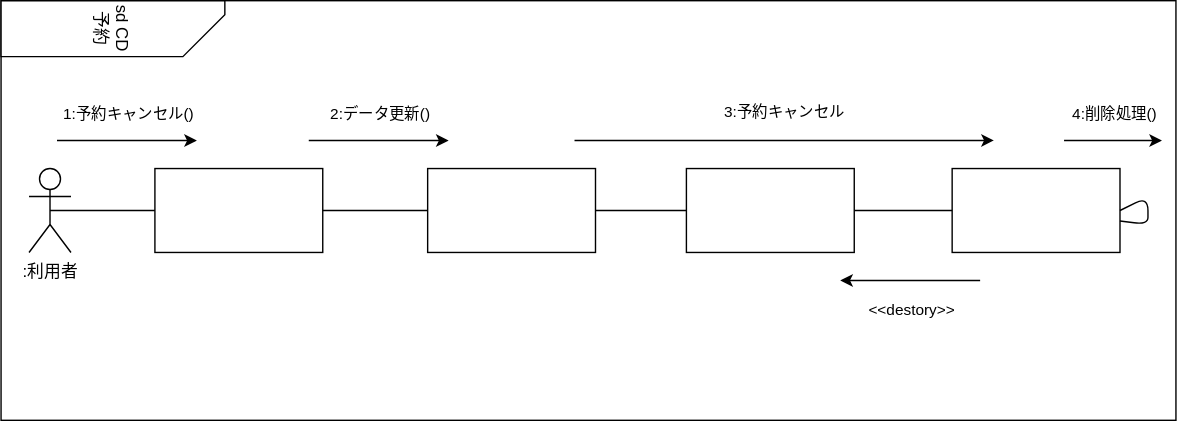
papipuponpon/uml-introduction keeps this draw.io diagram as 演習５-2_CD_予約登録削除.drawio.svg. Above is the earlier version. Source tidied: cells renumbered, new cells last; positions are measured from the earlier drawing's top-left corner, leaving out a move shared by most shapes. The source it was exported from:
```xml
<mxGraphModel>
  <root>
    <mxCell id="0" />
    <mxCell id="1" parent="0" />
    <mxCell id="2" style="rounded=0;whiteSpace=wrap;html=1;" parent="1" vertex="1">
      <mxGeometry y="60" width="840" height="300" as="geometry" />
    </mxCell>
    <mxCell id="3" value="sd CD予約" style="shape=card;whiteSpace=wrap;html=1;flipH=1;rotation=90;" parent="1" vertex="1">
      <mxGeometry x="60" width="40" height="160" as="geometry" />
    </mxCell>
    <mxCell id="4" value=":利用者" style="shape=umlActor;verticalLabelPosition=bottom;verticalAlign=top;html=1;outlineConnect=0;" parent="1" vertex="1">
      <mxGeometry x="20" y="180" width="30" height="60" as="geometry" />
    </mxCell>
    <mxCell id="5" style="rounded=0;whiteSpace=wrap;html=1;" parent="1" vertex="1">
      <mxGeometry x="110" y="180" width="120" height="60" as="geometry" />
    </mxCell>
    <mxCell id="6" style="rounded=0;whiteSpace=wrap;html=1;" parent="1" vertex="1">
      <mxGeometry x="305" y="180" width="120" height="60" as="geometry" />
    </mxCell>
    <mxCell id="7" style="rounded=0;whiteSpace=wrap;html=1;" parent="1" vertex="1">
      <mxGeometry x="490" y="180" width="120" height="60" as="geometry" />
    </mxCell>
    <mxCell id="8" style="rounded=0;whiteSpace=wrap;html=1;" parent="1" vertex="1">
      <mxGeometry x="680" y="180" width="120" height="60" as="geometry" />
    </mxCell>
    <mxCell id="9" style="endArrow=none;html=1;exitX=0.5;exitY=0.5;exitDx=0;exitDy=0;exitPerimeter=0;entryX=0;entryY=0.5;entryDx=0;entryDy=0;" parent="1" edge="1" source="4" target="5">
      <mxGeometry relative="1" as="geometry" />
    </mxCell>
    <mxCell id="10" style="endArrow=none;html=1;exitX=1;exitY=0.5;exitDx=0;exitDy=0;entryX=0;entryY=0.5;entryDx=0;entryDy=0;" parent="1" edge="1" source="5" target="6">
      <mxGeometry relative="1" as="geometry" />
    </mxCell>
    <mxCell id="11" style="endArrow=none;html=1;exitX=1;exitY=0.5;exitDx=0;exitDy=0;entryX=0;entryY=0.5;entryDx=0;entryDy=0;" parent="1" edge="1" source="6" target="7">
      <mxGeometry relative="1" as="geometry" />
    </mxCell>
    <mxCell id="12" style="endArrow=none;html=1;exitX=1;exitY=0.5;exitDx=0;exitDy=0;entryX=0;entryY=0.5;entryDx=0;entryDy=0;" parent="1" edge="1" source="7" target="8">
      <mxGeometry relative="1" as="geometry" />
    </mxCell>
    <mxCell id="13" style="endArrow=classic;html=1;" parent="1" edge="1">
      <mxGeometry relative="1" as="geometry">
        <mxPoint x="40" y="160" as="sourcePoint" />
        <mxPoint x="140" y="160" as="targetPoint" />
      </mxGeometry>
    </mxCell>
    <mxCell id="14" value="1:予約キャンセル()" style="edgeLabel;html=1;align=center;verticalAlign=middle;" parent="13" vertex="1">
      <mxGeometry relative="1" as="geometry">
        <mxPoint y="-20" as="offset" />
      </mxGeometry>
    </mxCell>
    <mxCell id="15" style="endArrow=classic;html=1;" parent="1" edge="1">
      <mxGeometry relative="1" as="geometry">
        <mxPoint x="220" y="160" as="sourcePoint" />
        <mxPoint x="320" y="160" as="targetPoint" />
      </mxGeometry>
    </mxCell>
    <mxCell id="16" value="2:データ更新()" style="edgeLabel;html=1;align=center;verticalAlign=middle;" parent="15" vertex="1">
      <mxGeometry relative="1" as="geometry">
        <mxPoint y="-20" as="offset" />
      </mxGeometry>
    </mxCell>
    <mxCell id="17" style="endArrow=classic;html=1;entryX=0.845;entryY=0.333;entryDx=0;entryDy=0;entryPerimeter=0;" parent="1" edge="1" target="2">
      <mxGeometry relative="1" as="geometry">
        <mxPoint x="410" y="160" as="sourcePoint" />
      </mxGeometry>
    </mxCell>
    <mxCell id="18" value="3:予約キャンセル" style="edgeLabel;html=1;align=center;verticalAlign=middle;" parent="17" vertex="1">
      <mxGeometry relative="1" as="geometry">
        <mxPoint y="-20" as="offset" />
      </mxGeometry>
    </mxCell>
    <mxCell id="19" style="endArrow=classic;html=1;" parent="1" edge="1">
      <mxGeometry relative="1" as="geometry">
        <mxPoint x="760" y="160" as="sourcePoint" />
        <mxPoint x="830" y="160" as="targetPoint" />
        <Array as="points">
          <mxPoint x="800" y="160" />
        </Array>
      </mxGeometry>
    </mxCell>
    <mxCell id="20" value="4:削除処理()" style="edgeLabel;html=1;align=center;verticalAlign=middle;" parent="19" vertex="1">
      <mxGeometry relative="1" as="geometry">
        <mxPoint y="-20" as="offset" />
      </mxGeometry>
    </mxCell>
    <mxCell id="21" style="endArrow=none;html=1;exitX=1;exitY=0.5;exitDx=0;exitDy=0;" parent="1" edge="1" source="8" target="8">
      <mxGeometry relative="1" as="geometry" />
    </mxCell>
    <mxCell id="22" style="endArrow=classic;html=1;" parent="1" edge="1">
      <mxGeometry relative="1" as="geometry">
        <mxPoint x="700" y="260" as="sourcePoint" />
        <mxPoint x="600" y="260" as="targetPoint" />
      </mxGeometry>
    </mxCell>
    <mxCell id="23" value="&amp;lt;&amp;lt;destory&amp;gt;&amp;gt;" style="edgeLabel;html=1;align=center;verticalAlign=middle;" parent="22" vertex="1">
      <mxGeometry relative="1" as="geometry">
        <mxPoint y="20" as="offset" />
      </mxGeometry>
    </mxCell>
  </root>
</mxGraphModel>
```
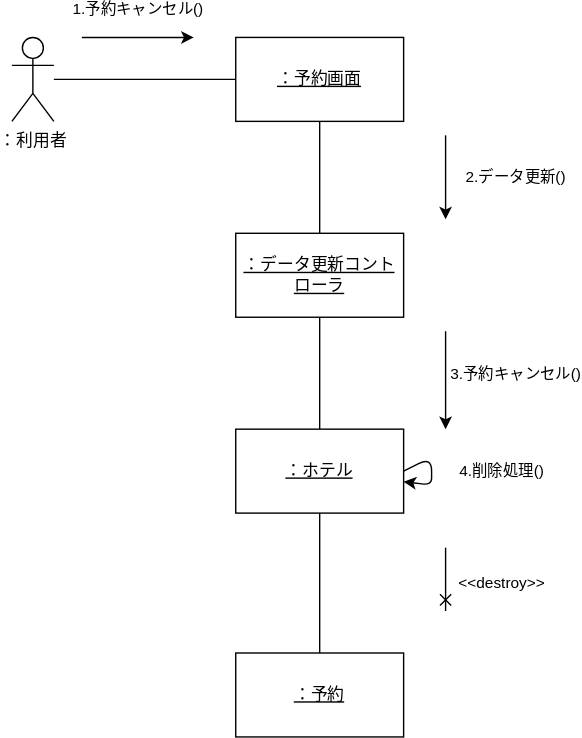
Later version of the same file.

The edit, as a diff of the source:
```diff
@@ -2,98 +2,67 @@
   <root>
     <mxCell id="0" />
     <mxCell id="1" parent="0" />
+    <mxCell id="4" style="edgeStyle=none;html=1;endArrow=none;endFill=0;" parent="1" edge="1" source="2" target="3">
+      <mxGeometry relative="1" as="geometry" />
+    </mxCell>
-    <mxCell id="2" style="rounded=0;whiteSpace=wrap;html=1;" parent="1" vertex="1">
-      <mxGeometry y="60" width="840" height="300" as="geometry" />
+    <mxCell id="2" value="：利用者" style="shape=umlActor;verticalLabelPosition=bottom;verticalAlign=top;html=1;outlineConnect=0;" parent="1" vertex="1">
+      <mxGeometry x="40" y="140" width="30" height="60" as="geometry" />
     </mxCell>
+    <mxCell id="7" style="edgeStyle=none;html=1;endArrow=none;endFill=0;" parent="1" edge="1" source="3" target="6">
+      <mxGeometry relative="1" as="geometry" />
+    </mxCell>
-    <mxCell id="3" value="sd CD予約" style="shape=card;whiteSpace=wrap;html=1;flipH=1;rotation=90;" parent="1" vertex="1">
-      <mxGeometry x="60" width="40" height="160" as="geometry" />
+    <mxCell id="3" value="&lt;u&gt;：予約画面&lt;/u&gt;" style="rounded=0;whiteSpace=wrap;html=1;" parent="1" vertex="1">
+      <mxGeometry x="200" y="140" width="120" height="60" as="geometry" />
     </mxCell>
-    <mxCell id="4" value=":利用者" style="shape=umlActor;verticalLabelPosition=bottom;verticalAlign=top;html=1;outlineConnect=0;" parent="1" vertex="1">
-      <mxGeometry x="20" y="180" width="30" height="60" as="geometry" />
-    </mxCell>
-    <mxCell id="5" style="rounded=0;whiteSpace=wrap;html=1;" parent="1" vertex="1">
-      <mxGeometry x="110" y="180" width="120" height="60" as="geometry" />
+    <mxCell id="5" value="1.予約キャンセル()" style="endArrow=classic;html=1;" parent="1" edge="1">
+      <mxGeometry y="20" relative="1" as="geometry">
+        <mxPoint x="90" y="140" as="sourcePoint" />
+        <mxPoint x="170" y="140" as="targetPoint" />
+      </mxGeometry>
     </mxCell>
+    <mxCell id="10" style="edgeStyle=none;html=1;endArrow=none;endFill=0;" parent="1" edge="1" source="6" target="9">
+      <mxGeometry relative="1" as="geometry" />
+    </mxCell>
-    <mxCell id="6" style="rounded=0;whiteSpace=wrap;html=1;" parent="1" vertex="1">
-      <mxGeometry x="305" y="180" width="120" height="60" as="geometry" />
+    <mxCell id="6" value="&lt;u&gt;：データ更新コントローラ&lt;/u&gt;" style="whiteSpace=wrap;html=1;rounded=0;" parent="1" vertex="1">
+      <mxGeometry x="200" y="280" width="120" height="60" as="geometry" />
     </mxCell>
-    <mxCell id="7" style="rounded=0;whiteSpace=wrap;html=1;" parent="1" vertex="1">
-      <mxGeometry x="490" y="180" width="120" height="60" as="geometry" />
-    </mxCell>
-    <mxCell id="8" style="rounded=0;whiteSpace=wrap;html=1;" parent="1" vertex="1">
-      <mxGeometry x="680" y="180" width="120" height="60" as="geometry" />
+    <mxCell id="8" value="2.データ更新()" style="endArrow=classic;html=1;" parent="1" edge="1">
+      <mxGeometry y="50" relative="1" as="geometry">
+        <mxPoint x="350" y="210" as="sourcePoint" />
+        <mxPoint x="350" y="270" as="targetPoint" />
+      </mxGeometry>
     </mxCell>
+    <mxCell id="12" style="edgeStyle=none;html=1;endArrow=none;endFill=0;" parent="1" edge="1" source="9" target="11">
+      <mxGeometry relative="1" as="geometry" />
+    </mxCell>
-    <mxCell id="9" style="endArrow=none;html=1;exitX=0.5;exitY=0.5;exitDx=0;exitDy=0;exitPerimeter=0;entryX=0;entryY=0.5;entryDx=0;entryDy=0;" parent="1" edge="1" source="4" target="5">
-      <mxGeometry relative="1" as="geometry" />
+    <mxCell id="9" value="&lt;u&gt;：ホテル&lt;/u&gt;" style="whiteSpace=wrap;html=1;rounded=0;" parent="1" vertex="1">
+      <mxGeometry x="200" y="420" width="120" height="60" as="geometry" />
     </mxCell>
-    <mxCell id="10" style="endArrow=none;html=1;exitX=1;exitY=0.5;exitDx=0;exitDy=0;entryX=0;entryY=0.5;entryDx=0;entryDy=0;" parent="1" edge="1" source="5" target="6">
-      <mxGeometry relative="1" as="geometry" />
-    </mxCell>
-    <mxCell id="11" style="endArrow=none;html=1;exitX=1;exitY=0.5;exitDx=0;exitDy=0;entryX=0;entryY=0.5;entryDx=0;entryDy=0;" parent="1" edge="1" source="6" target="7">
-      <mxGeometry relative="1" as="geometry" />
+    <mxCell id="11" value="&lt;u&gt;：予約&lt;/u&gt;" style="whiteSpace=wrap;html=1;rounded=0;" parent="1" vertex="1">
+      <mxGeometry x="200" y="580" width="120" height="60" as="geometry" />
     </mxCell>
-    <mxCell id="12" style="endArrow=none;html=1;exitX=1;exitY=0.5;exitDx=0;exitDy=0;entryX=0;entryY=0.5;entryDx=0;entryDy=0;" parent="1" edge="1" source="7" target="8">
-      <mxGeometry relative="1" as="geometry" />
-    </mxCell>
-    <mxCell id="13" style="endArrow=classic;html=1;" parent="1" edge="1">
-      <mxGeometry relative="1" as="geometry">
-        <mxPoint x="40" y="160" as="sourcePoint" />
-        <mxPoint x="140" y="160" as="targetPoint" />
+    <mxCell id="13" value="3.予約キャンセル()" style="endArrow=classic;html=1;" parent="1" edge="1">
+      <mxGeometry x="-0.11" y="50" relative="1" as="geometry">
+        <mxPoint x="350" y="350" as="sourcePoint" />
+        <mxPoint x="350" y="420" as="targetPoint" />
       </mxGeometry>
     </mxCell>
-    <mxCell id="14" value="1:予約キャンセル()" style="edgeLabel;html=1;align=center;verticalAlign=middle;" parent="13" vertex="1">
-      <mxGeometry relative="1" as="geometry">
-        <mxPoint y="-20" as="offset" />
-      </mxGeometry>
-    </mxCell>
-    <mxCell id="15" style="endArrow=classic;html=1;" parent="1" edge="1">
-      <mxGeometry relative="1" as="geometry">
-        <mxPoint x="220" y="160" as="sourcePoint" />
-        <mxPoint x="320" y="160" as="targetPoint" />
-      </mxGeometry>
-    </mxCell>
-    <mxCell id="16" value="2:データ更新()" style="edgeLabel;html=1;align=center;verticalAlign=middle;" parent="15" vertex="1">
-      <mxGeometry relative="1" as="geometry">
-        <mxPoint y="-20" as="offset" />
+    <mxCell id="16" style="endArrow=none;html=1;endFill=0;startArrow=cross;startFill=0;" parent="1" edge="1">
+      <mxGeometry x="-0.2" y="31" relative="1" as="geometry">
+        <mxPoint x="350" y="550" as="sourcePoint" />
+        <mxPoint x="350" y="550" as="targetPoint" />
+        <Array as="points">
+          <mxPoint x="350" y="500" />
+        </Array>
       </mxGeometry>
     </mxCell>
-    <mxCell id="17" style="endArrow=classic;html=1;entryX=0.845;entryY=0.333;entryDx=0;entryDy=0;entryPerimeter=0;" parent="1" edge="1" target="2">
-      <mxGeometry relative="1" as="geometry">
-        <mxPoint x="410" y="160" as="sourcePoint" />
-      </mxGeometry>
-    </mxCell>
-    <mxCell id="18" value="3:予約キャンセル" style="edgeLabel;html=1;align=center;verticalAlign=middle;" parent="17" vertex="1">
-      <mxGeometry relative="1" as="geometry">
-        <mxPoint y="-20" as="offset" />
+    <mxCell id="18" value="&amp;lt;&amp;lt;destroy&amp;gt;&amp;gt;" style="edgeLabel;html=1;align=center;verticalAlign=middle;" parent="16" vertex="1">
+      <mxGeometry x="0.48" y="-2" relative="1" as="geometry">
+        <mxPoint x="42" y="6" as="offset" />
       </mxGeometry>
     </mxCell>
-    <mxCell id="19" style="endArrow=classic;html=1;" parent="1" edge="1">
-      <mxGeometry relative="1" as="geometry">
-        <mxPoint x="760" y="160" as="sourcePoint" />
-        <mxPoint x="830" y="160" as="targetPoint" />
-        <Array as="points">
-          <mxPoint x="800" y="160" />
-        </Array>
-      </mxGeometry>
+    <mxCell id="19" value="4.削除処理()" style="edgeStyle=none;html=1;exitX=1;exitY=0.5;exitDx=0;exitDy=0;" parent="1" edge="1" source="9" target="9">
+      <mxGeometry x="0.04" y="50" relative="1" as="geometry" />
     </mxCell>
-    <mxCell id="20" value="4:削除処理()" style="edgeLabel;html=1;align=center;verticalAlign=middle;" parent="19" vertex="1">
-      <mxGeometry relative="1" as="geometry">
-        <mxPoint y="-20" as="offset" />
-      </mxGeometry>
-    </mxCell>
-    <mxCell id="21" style="endArrow=none;html=1;exitX=1;exitY=0.5;exitDx=0;exitDy=0;" parent="1" edge="1" source="8" target="8">
-      <mxGeometry relative="1" as="geometry" />
-    </mxCell>
-    <mxCell id="22" style="endArrow=classic;html=1;" parent="1" edge="1">
-      <mxGeometry relative="1" as="geometry">
-        <mxPoint x="700" y="260" as="sourcePoint" />
-        <mxPoint x="600" y="260" as="targetPoint" />
-      </mxGeometry>
-    </mxCell>
-    <mxCell id="23" value="&amp;lt;&amp;lt;destory&amp;gt;&amp;gt;" style="edgeLabel;html=1;align=center;verticalAlign=middle;" parent="22" vertex="1">
-      <mxGeometry relative="1" as="geometry">
-        <mxPoint y="20" as="offset" />
-      </mxGeometry>
-    </mxCell>
   </root>
 </mxGraphModel>
```
